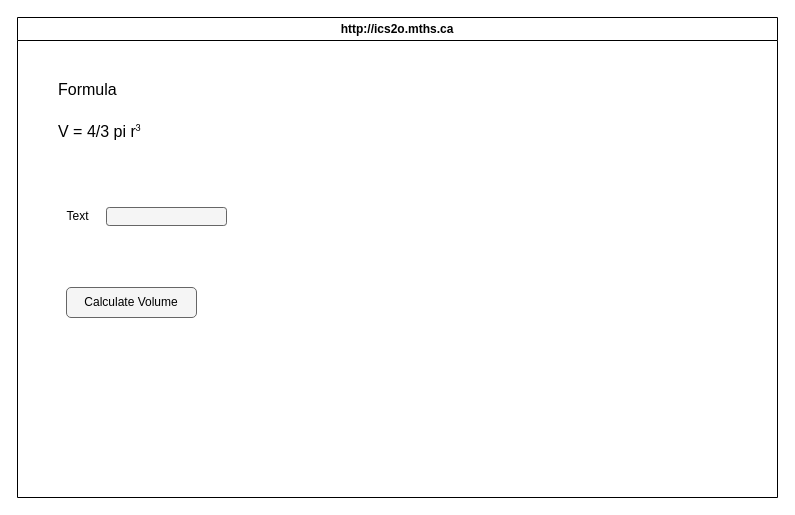
Earlier version of the draw.io diagram design/storyboard.drawio (MTHS-ICS2O-2-2022/ICS2O-Unit-3-03-Lucas-Osmond). Source tidied: cells renumbered, new cells numbered last; positions are measured from the earlier drawing's top-left corner, leaving out a move shared by most shapes. Both pictures are drawn from the tidied source at 100%, with x=0, y=0 at pixel (17, 17).
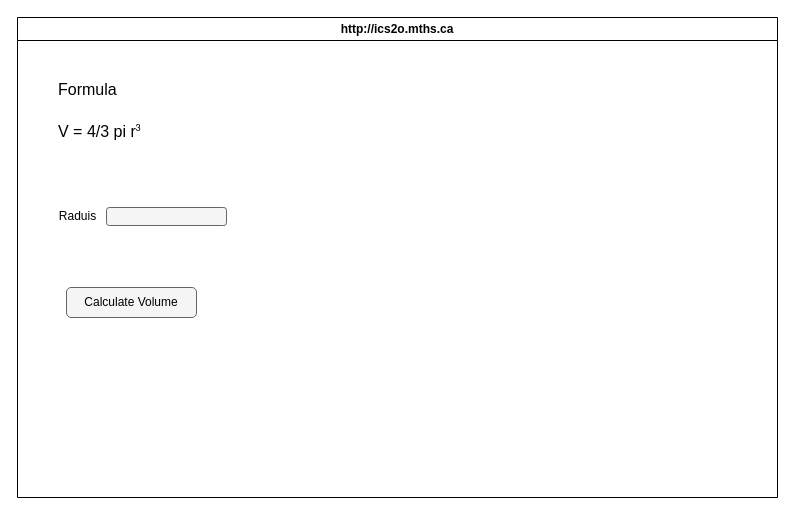
After the change.

Commit message (it also covers changes not shown here):
finished flowchart

The edit, as a diff of the source:
```diff
@@
 <mxGraphModel background="#ffffff">
   <root>
     <mxCell id="0" />
     <mxCell id="1" parent="0" />
     <mxCell id="2" value="http://ics2o.mths.ca" style="swimlane;whiteSpace=wrap;html=1;" parent="1" vertex="1">
       <mxGeometry width="760" height="480" as="geometry" />
     </mxCell>
     <mxCell id="3" value="Calculate Volume" style="rounded=1;whiteSpace=wrap;html=1;fillColor=#f5f5f5;fontColor=#000000;strokeColor=#666666;" parent="2" vertex="1">
       <mxGeometry x="49" y="270" width="130" height="30" as="geometry" />
     </mxCell>
-    <mxCell id="4" value="Text" style="text;html=1;align=center;verticalAlign=middle;strokeColor=none;fillColor=none;fontColor=#000000;" parent="2" vertex="1">
-      <mxGeometry x="35" y="184" width="50" height="30" as="geometry" />
+    <mxCell id="4" value="Raduis" style="text;html=1;align=center;verticalAlign=middle;strokeColor=none;fillColor=none;fontColor=#000000;" parent="2" vertex="1">
+      <mxGeometry x="30" y="184" width="60" height="30" as="geometry" />
     </mxCell>
     <mxCell id="5" style="rounded=1;whiteSpace=wrap;html=1;fillColor=#f5f5f5;fontColor=#333333;strokeColor=#666666;" parent="1" vertex="1">
       <mxGeometry x="89" y="190" width="120" height="18" as="geometry" />
     </mxCell>
     <mxCell id="6" value="&lt;font style=&quot;font-size: 16px;&quot;&gt;Formula&lt;br&gt;&lt;br&gt;V = 4/3 pi r&lt;span id=&quot;docs-internal-guid-80cd572d-7fff-a4e0-4bd2-b51f878e5d6b&quot;&gt;&lt;span style=&quot;font-size: 11pt; font-family: &amp;quot;Helvetica Neue&amp;quot;, sans-serif; background-color: transparent; font-variant-numeric: normal; font-variant-east-asian: normal; font-variant-alternates: normal; vertical-align: baseline;&quot;&gt;&lt;span style=&quot;font-size:0.6em;vertical-align:super;&quot;&gt;3&lt;/span&gt;&lt;/span&gt;&lt;/span&gt;&lt;sup&gt;&lt;br&gt;&lt;/sup&gt;&lt;br&gt;&lt;/font&gt;" style="text;html=1;align=left;verticalAlign=middle;strokeColor=none;fillColor=none;strokeWidth=1;fontColor=#000000;labelBackgroundColor=none;" parent="1" vertex="1">
       <mxGeometry x="39" y="58" width="100" height="90" as="geometry" />
     </mxCell>
   </root>
 </mxGraphModel>
```
